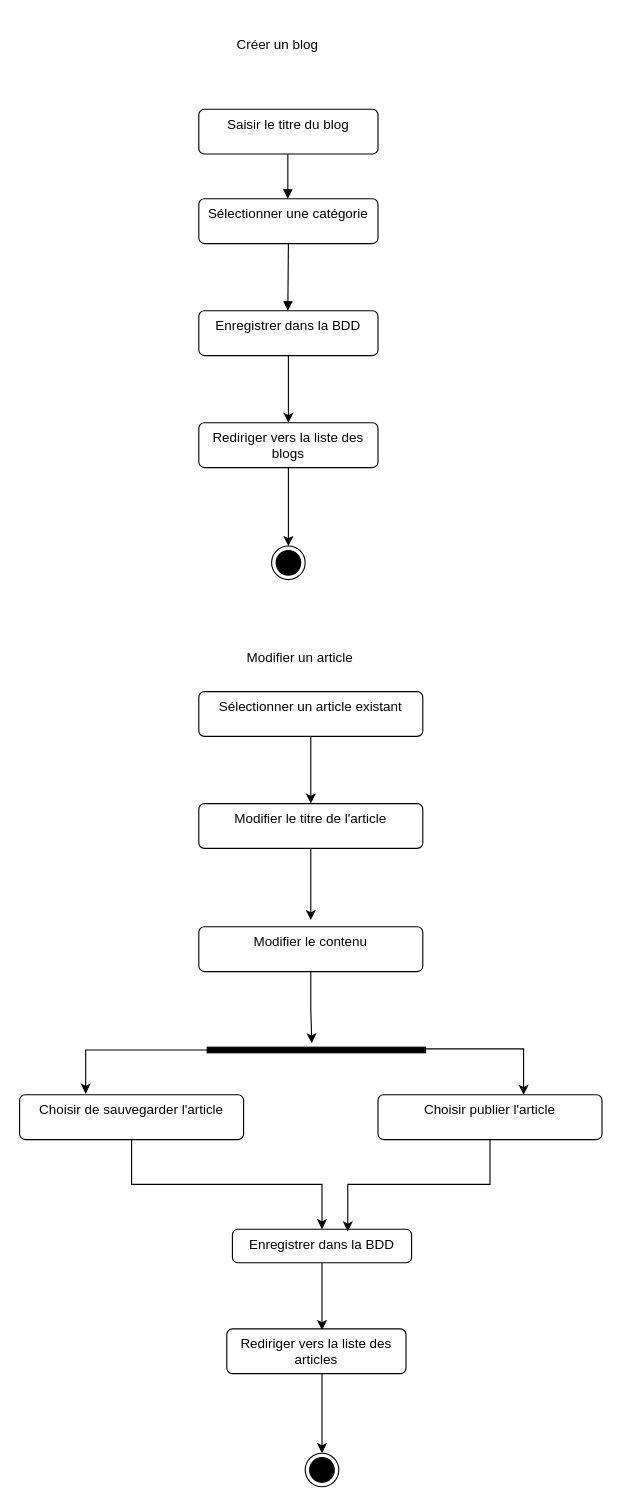
Earlier version of the draw.io diagram page "Diagramme d'activité" (6 of 9) of Diagramme sans nom.drawio (Ali0908/BDD_UML). Source tidied: cells renumbered, new cells numbered last; positions are measured from the earlier drawing's top-left corner, leaving out a move shared by most shapes. Both pictures are drawn from the tidied source at 112%, with x=0, y=0 at pixel (19, 28).
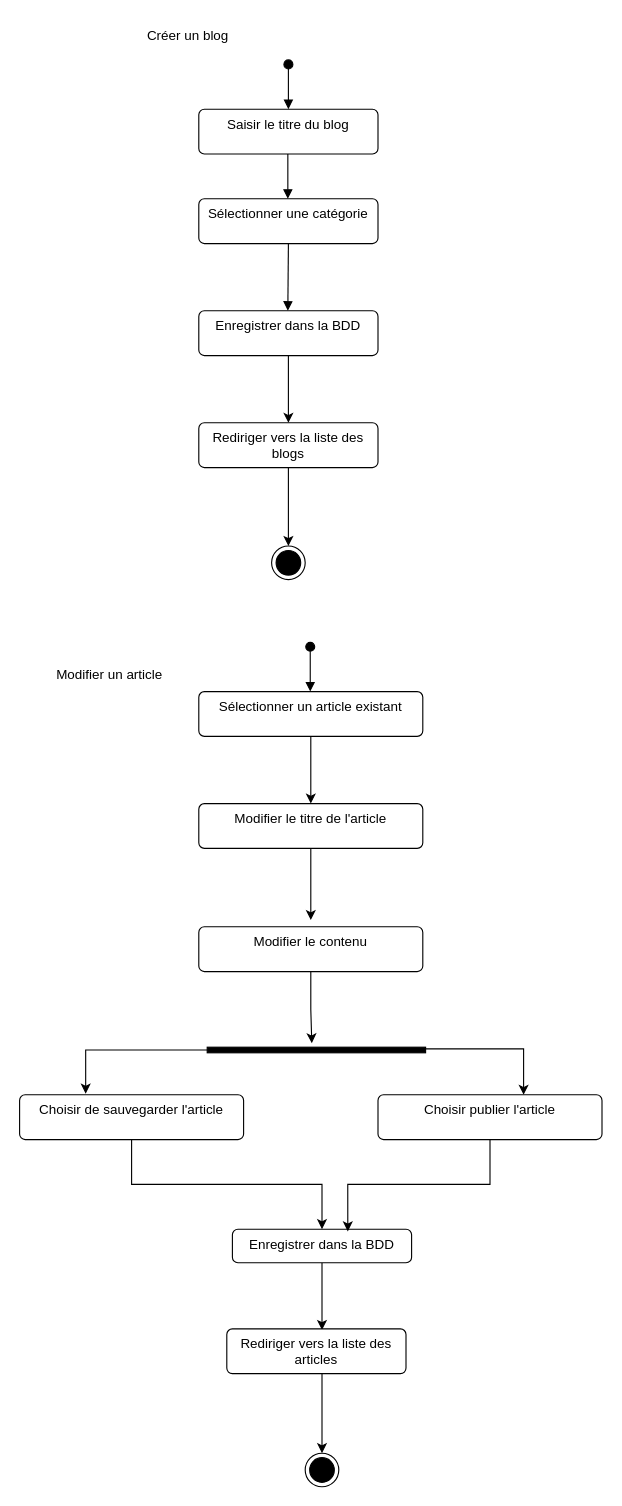
The same diagram, later.

The change refers to these unchanged cells:
```xml
<mxCell id="7" value="Saisir le titre du blog" style="html=1;align=center;verticalAlign=top;rounded=1;absoluteArcSize=1;arcSize=10;dashed=0;whiteSpace=wrap;" parent="1" vertex="1">
  <mxGeometry x="160" y="72" width="160" height="40" as="geometry" />
</mxCell>
```

Change to the diagram source:
```diff
@@
     <mxCell id="6" value="Créer un blog" style="text;html=1;align=center;verticalAlign=middle;strokeColor=none;fillColor=none;" parent="1" vertex="1">
-      <mxGeometry x="180" width="100" height="30" as="geometry" />
+      <mxGeometry x="100" y="-8" width="100" height="30" as="geometry" />
     </mxCell>
@@
     <mxCell id="12" value="Modifier un article" style="text;html=1;align=center;verticalAlign=middle;strokeColor=none;fillColor=none;" parent="1" vertex="1">
-      <mxGeometry x="190" y="547" width="120" height="30" as="geometry" />
+      <mxGeometry x="20" y="562" width="120" height="30" as="geometry" />
     </mxCell>
@@
+    <mxCell id="31" style="html=1;verticalAlign=bottom;startArrow=oval;startFill=1;endArrow=block;startSize=8;curved=0;rounded=0;entryX=0.5;entryY=0;entryDx=0;entryDy=0;" parent="1" edge="1" target="7">
+      <mxGeometry relative="1" as="geometry">
+        <mxPoint x="240" y="32" as="sourcePoint" />
+      </mxGeometry>
+    </mxCell>
+    <mxCell id="32" style="html=1;verticalAlign=bottom;startArrow=oval;startFill=1;endArrow=block;startSize=8;curved=0;rounded=0;entryX=0.5;entryY=0;entryDx=0;entryDy=0;" parent="1" edge="1">
+      <mxGeometry relative="1" as="geometry">
+        <mxPoint x="259.5" y="552" as="sourcePoint" />
+        <mxPoint x="259.5" y="592" as="targetPoint" />
+      </mxGeometry>
+    </mxCell>
```
